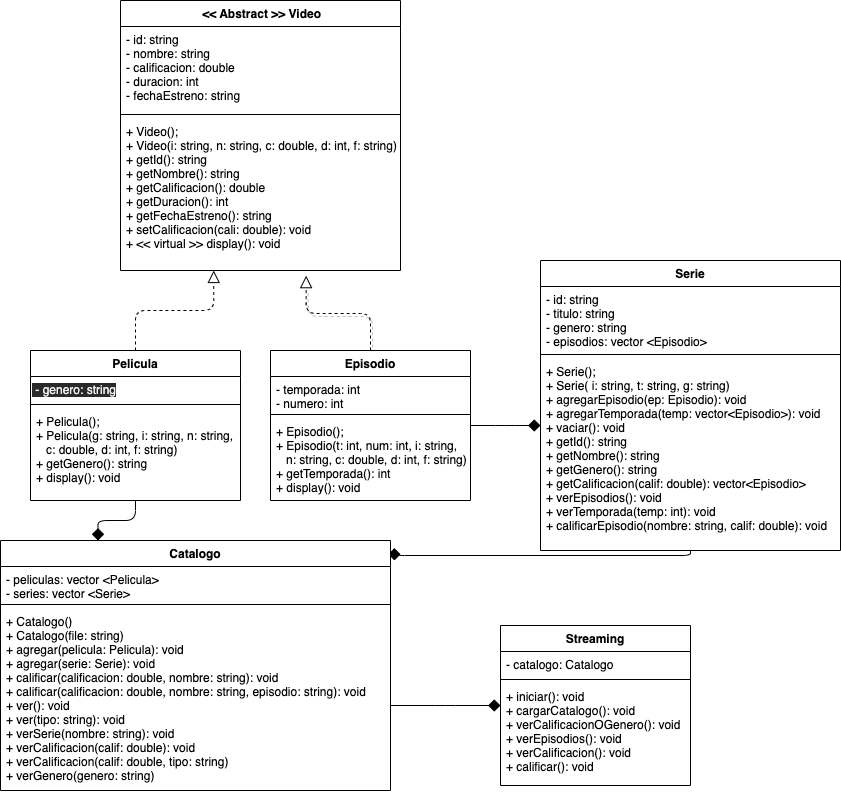
Earlier version of the draw.io export streaming.png (ElizabethAndriano/Streaming). Source tidied: cells renumbered, new cells last; positions are measured from the earlier drawing's top-left corner, leaving out a move shared by most shapes.
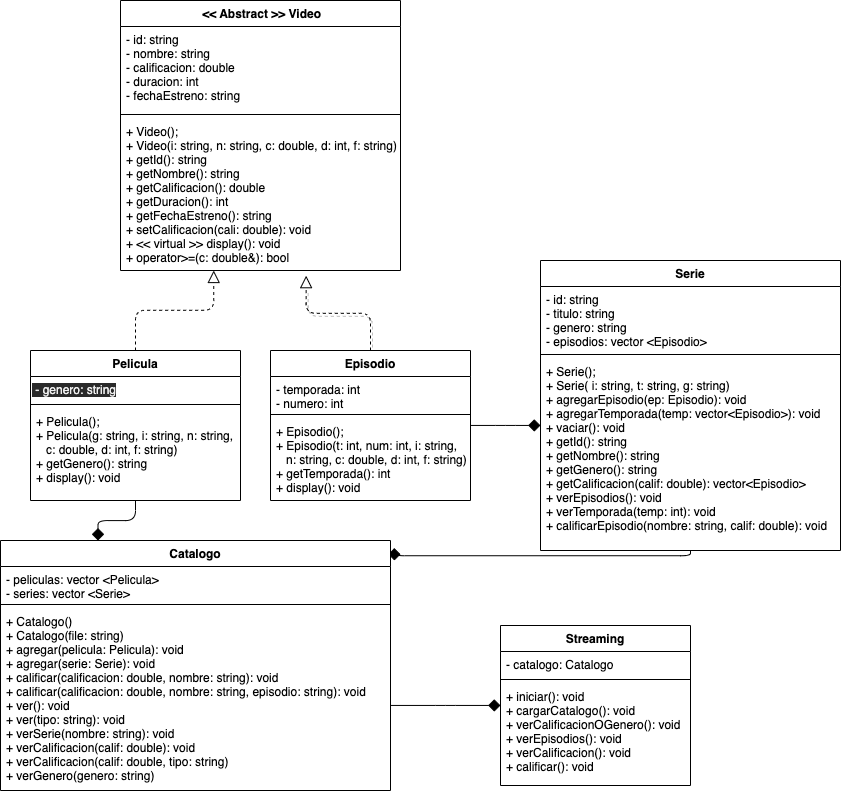
The same file after the commit.

Commit message:
Sobrecarga operador >= en Video

Change to the diagram source:
```diff
@@ -89,7 +89,7 @@
     <mxCell id="30" style="line;strokeWidth=1;fillColor=none;align=left;verticalAlign=middle;spacingTop=-1;spacingLeft=3;spacingRight=3;labelPosition=right;" parent="28" vertex="1">
       <mxGeometry y="110" width="280" height="8" as="geometry" />
     </mxCell>
-    <mxCell id="31" value="+ Video();&#10;+ Video(i: string, n: string, c: double, d: int, f: string)&#10;+ getId(): string&#10;+ getNombre(): string&#10;+ getCalificacion(): double&#10;+ getDuracion(): int&#10;+ getFechaEstreno(): string&#10;+ setCalificacion(cali: double): void&#10;+ &lt;&lt; virtual &gt;&gt; display(): void" style="text;strokeColor=none;fillColor=none;align=left;verticalAlign=top;spacingLeft=4;spacingRight=4;overflow=hidden;points=[[0,0.5],[1,0.5]];portConstraint=eastwest;" parent="28" vertex="1">
+    <mxCell id="31" value="+ Video();&#10;+ Video(i: string, n: string, c: double, d: int, f: string)&#10;+ getId(): string&#10;+ getNombre(): string&#10;+ getCalificacion(): double&#10;+ getDuracion(): int&#10;+ getFechaEstreno(): string&#10;+ setCalificacion(cali: double): void&#10;+ &lt;&lt; virtual &gt;&gt; display(): void&#10;+ operator&gt;=(c: double&amp;): bool" style="text;strokeColor=none;fillColor=none;align=left;verticalAlign=top;spacingLeft=4;spacingRight=4;overflow=hidden;points=[[0,0.5],[1,0.5]];portConstraint=eastwest;" parent="28" vertex="1">
       <mxGeometry y="118" width="280" height="152" as="geometry" />
     </mxCell>
   </root>
```
